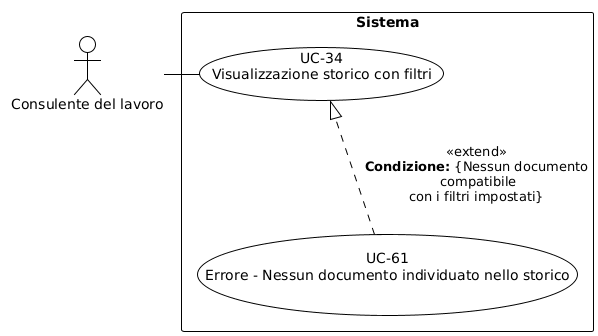
Before: RTB/Analisi dei Requisiti/diagrammi_use_case/UC-34.png, a diagram exported from PlantUML (aLittleByte-19/Documentazione). Source of this version:
```plantuml
@startuml
!theme plain
skinparam usecase {
  BackgroundColor white
  BorderColor black
}
skinparam actor {
  BackgroundColor white
  BorderColor black
}
skinparam rectangle {
  BackgroundColor white
  BorderColor black
}
top to bottom direction
actor "Consulente del lavoro" as C
rectangle "Sistema" {
  usecase "UC-34\nVisualizzazione storico con filtri" as UC34
  usecase "UC-61\nErrore - Nessun documento individuato nello storico" as UC61
  C - UC34
  UC61 ..|> UC34 : <<extend>>\n**Condizione:** {Nessun documento\n compatibile\ncon i filtri impostati}
  UC34 -[hidden]d- UC61
}
@enduml
```
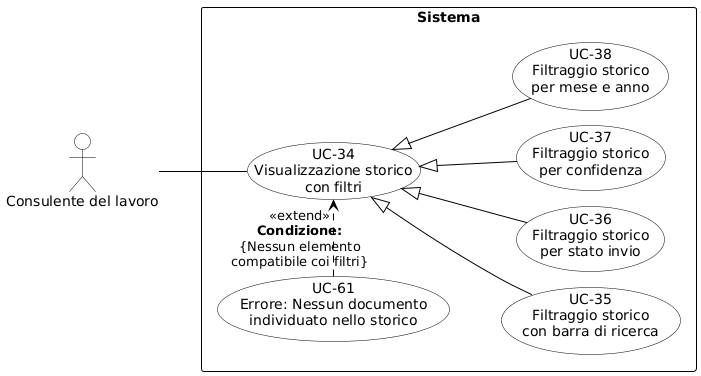
The same diagram one commit later.

Diff of the diagram source:
```diff
@@ -1,24 +1,43 @@
 @startuml
-!theme plain
+skinparam shadowing false
+skinparam defaultFontName Arial
+left to right direction
+skinparam nodesep 15
+skinparam ranksep 50
+
 skinparam usecase {
-  BackgroundColor white
-  BorderColor black
+    BackgroundColor white
+    BorderColor black
+    ArrowColor black
 }
 skinparam actor {
-  BackgroundColor white
-  BorderColor black
+    BackgroundColor white
+    BorderColor black
 }
 skinparam rectangle {
-  BackgroundColor white
-  BorderColor black
+    BorderColor black
+    FontStyle bold
 }
-top to bottom direction
-actor "Consulente del lavoro" as C
+
+actor "Consulente del lavoro" as CL
+
 rectangle "Sistema" {
-  usecase "UC-34\nVisualizzazione storico con filtri" as UC34
-  usecase "UC-61\nErrore - Nessun documento individuato nello storico" as UC61
-  C - UC34
-  UC61 ..|> UC34 : <<extend>>\n**Condizione:** {Nessun documento\n compatibile\ncon i filtri impostati}
-  UC34 -[hidden]d- UC61
+    usecase "UC-34\nVisualizzazione storico\ncon filtri" as UC34
+
+    usecase "UC-35\nFiltraggio storico\ncon barra di ricerca" as UC35
+    usecase "UC-36\nFiltraggio storico\nper stato invio" as UC36
+    usecase "UC-37\nFiltraggio storico\nper confidenza" as UC37
+    usecase "UC-38\nFiltraggio storico\nper mese e anno" as UC38
+
+    usecase "UC-61\nErrore: Nessun documento\nindividuato nello storico" as UC61
+
+    UC35 -up-|> UC34
+    UC36 -up-|> UC34
+    UC37 -up-|> UC34
+    UC38 -up-|> UC34
+
+    UC34 <..left. UC61 : <<extend>>\n**Condizione:**\n{Nessun elemento\ncompatibile coi filtri}
 }
+
+CL -- UC34
 @enduml
```
